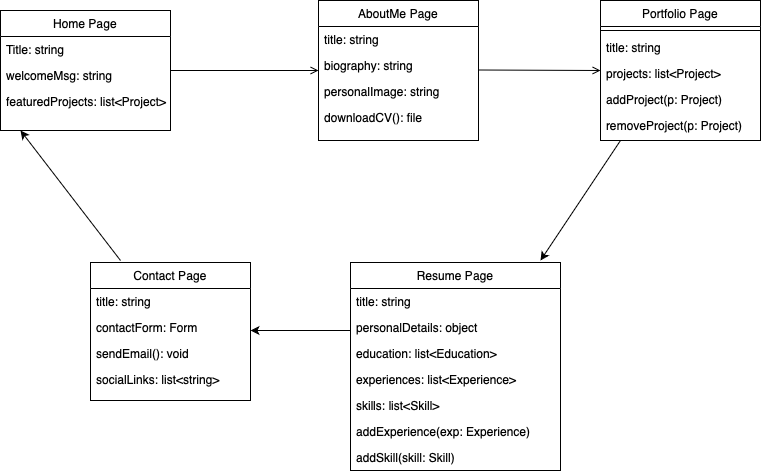
Above: Class Diagram.png in Johnnylee105/Web-pages-about-me (draw.io), before the change. Source tidied: cells renumbered, new cells last; positions are measured from the earlier drawing's top-left corner, leaving out a move shared by most shapes.
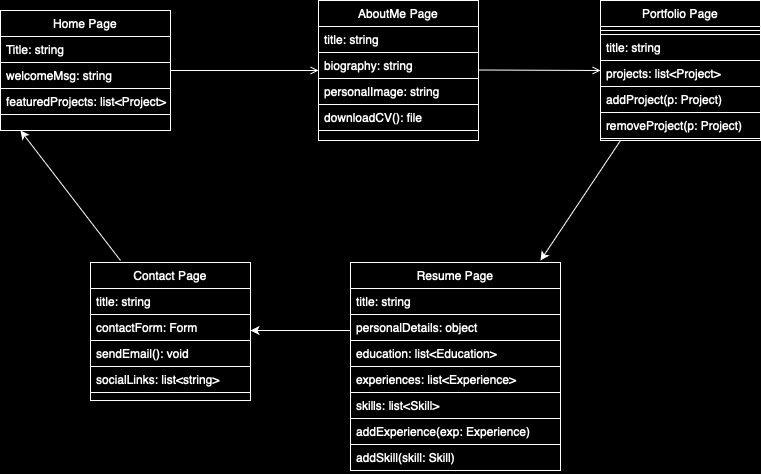
The same diagram one commit later.

Commit message:
Change the background color of the Class Diagram

The edit, as a diff of the source:
```diff
@@ -1,116 +1,116 @@
-<mxGraphModel>
+<mxGraphModel background="#000000">
   <root>
     <mxCell id="0" />
     <mxCell id="1" parent="0" />
-    <mxCell id="2" value="Home Page" style="swimlane;fontStyle=0;align=center;verticalAlign=top;horizontal=1;startSize=26;rounded=0;shadow=0;strokeWidth=1;" parent="1" vertex="1">
+    <mxCell id="2" value="Home Page" style="swimlane;fontStyle=0;align=center;verticalAlign=top;horizontal=1;startSize=26;rounded=0;shadow=0;strokeWidth=1;fontColor=#FFFFFF;strokeColor=#FFFFFF;fillColor=#000000;" parent="1" vertex="1">
       <mxGeometry y="10" width="170" height="120" as="geometry" />
     </mxCell>
-    <mxCell id="3" value="Title: string" style="text;align=left;verticalAlign=top;spacingLeft=4;spacingRight=4;overflow=hidden;" parent="2" vertex="1">
+    <mxCell id="3" value="Title: string" style="text;align=left;verticalAlign=top;spacingLeft=4;spacingRight=4;overflow=hidden;fontColor=#FFFFFF;strokeColor=#FFFFFF;" parent="2" vertex="1">
       <mxGeometry y="26" width="170" height="26" as="geometry" />
     </mxCell>
-    <mxCell id="4" value="welcomeMsg: string" style="text;align=left;verticalAlign=top;spacingLeft=4;spacingRight=4;overflow=hidden;rounded=0;shadow=0;html=0;" parent="2" vertex="1">
+    <mxCell id="4" value="welcomeMsg: string" style="text;align=left;verticalAlign=top;spacingLeft=4;spacingRight=4;overflow=hidden;rounded=0;shadow=0;html=0;fontColor=#FFFFFF;strokeColor=#FFFFFF;" parent="2" vertex="1">
       <mxGeometry y="52" width="170" height="26" as="geometry" />
     </mxCell>
-    <mxCell id="5" value="featuredProjects: list&lt;Project&gt;" style="text;align=left;verticalAlign=top;spacingLeft=4;spacingRight=4;overflow=hidden;rounded=0;shadow=0;html=0;" parent="2" vertex="1">
+    <mxCell id="5" value="featuredProjects: list&lt;Project&gt;" style="text;align=left;verticalAlign=top;spacingLeft=4;spacingRight=4;overflow=hidden;rounded=0;shadow=0;html=0;fontColor=#FFFFFF;strokeColor=#FFFFFF;" parent="2" vertex="1">
       <mxGeometry y="78" width="170" height="26" as="geometry" />
     </mxCell>
-    <mxCell id="6" value="Contact Page" style="swimlane;fontStyle=0;align=center;verticalAlign=top;horizontal=1;startSize=26;rounded=0;shadow=0;strokeWidth=1;" parent="1" vertex="1">
+    <mxCell id="6" value="Contact Page" style="swimlane;fontStyle=0;align=center;verticalAlign=top;horizontal=1;startSize=26;rounded=0;shadow=0;strokeWidth=1;fontColor=#FFFFFF;strokeColor=#FFFFFF;fillColor=#000000;" parent="1" vertex="1">
       <mxGeometry x="90" y="262" width="160" height="138" as="geometry" />
     </mxCell>
-    <mxCell id="7" value="title: string" style="text;align=left;verticalAlign=top;spacingLeft=4;spacingRight=4;overflow=hidden;" parent="6" vertex="1">
+    <mxCell id="7" value="title: string" style="text;align=left;verticalAlign=top;spacingLeft=4;spacingRight=4;overflow=hidden;fontColor=#FFFFFF;strokeColor=#FFFFFF;" parent="6" vertex="1">
       <mxGeometry y="26" width="160" height="26" as="geometry" />
     </mxCell>
-    <mxCell id="8" value="contactForm: Form" style="text;align=left;verticalAlign=top;spacingLeft=4;spacingRight=4;overflow=hidden;rounded=0;shadow=0;html=0;" parent="6" vertex="1">
+    <mxCell id="8" value="contactForm: Form" style="text;align=left;verticalAlign=top;spacingLeft=4;spacingRight=4;overflow=hidden;rounded=0;shadow=0;html=0;fontColor=#FFFFFF;strokeColor=#FFFFFF;" parent="6" vertex="1">
       <mxGeometry y="52" width="160" height="26" as="geometry" />
     </mxCell>
-    <mxCell id="9" value="sendEmail(): void" style="text;align=left;verticalAlign=top;spacingLeft=4;spacingRight=4;overflow=hidden;fontStyle=0;" parent="6" vertex="1">
+    <mxCell id="9" value="sendEmail(): void" style="text;align=left;verticalAlign=top;spacingLeft=4;spacingRight=4;overflow=hidden;fontStyle=0;fontColor=#FFFFFF;strokeColor=#FFFFFF;" parent="6" vertex="1">
       <mxGeometry y="78" width="160" height="26" as="geometry" />
     </mxCell>
-    <mxCell id="10" value="socialLinks: list&lt;string&gt;" style="text;align=left;verticalAlign=top;spacingLeft=4;spacingRight=4;overflow=hidden;" parent="6" vertex="1">
+    <mxCell id="10" value="socialLinks: list&lt;string&gt;" style="text;align=left;verticalAlign=top;spacingLeft=4;spacingRight=4;overflow=hidden;fontColor=#FFFFFF;strokeColor=#FFFFFF;" parent="6" vertex="1">
       <mxGeometry y="104" width="160" height="26" as="geometry" />
     </mxCell>
-    <mxCell id="11" value="Portfolio Page" style="swimlane;fontStyle=0;align=center;verticalAlign=top;horizontal=1;startSize=26;rounded=0;shadow=0;strokeWidth=1;" parent="1" vertex="1">
+    <mxCell id="11" value="Portfolio Page" style="swimlane;fontStyle=0;align=center;verticalAlign=top;horizontal=1;startSize=26;rounded=0;shadow=0;strokeWidth=1;fontColor=#ffffff;labelBackgroundColor=#000000;fillColor=#000000;strokeColor=#FFFFFF;" parent="1" vertex="1">
       <mxGeometry x="600" width="160" height="140" as="geometry" />
     </mxCell>
-    <mxCell id="12" style="line;html=1;strokeWidth=1;align=left;verticalAlign=middle;spacingTop=-1;spacingLeft=3;spacingRight=3;labelPosition=right;" parent="11" vertex="1">
+    <mxCell id="12" style="line;html=1;strokeWidth=1;align=left;verticalAlign=middle;spacingTop=-1;spacingLeft=3;spacingRight=3;labelPosition=right;fontColor=#FFFFFF;strokeColor=#FFFFFF;" parent="11" vertex="1">
       <mxGeometry y="26" width="160" height="8" as="geometry" />
     </mxCell>
-    <mxCell id="13" value="title: string&#10;&#10;&#10;" style="text;align=left;verticalAlign=top;spacingLeft=4;spacingRight=4;overflow=hidden;" parent="11" vertex="1">
+    <mxCell id="13" value="title: string&#10;&#10;&#10;" style="text;align=left;verticalAlign=top;spacingLeft=4;spacingRight=4;overflow=hidden;fontColor=#FFFFFF;strokeColor=#FFFFFF;" parent="11" vertex="1">
       <mxGeometry y="34" width="160" height="26" as="geometry" />
     </mxCell>
-    <mxCell id="14" value="projects: list&lt;Project&gt;&#10;" style="text;align=left;verticalAlign=top;spacingLeft=4;spacingRight=4;overflow=hidden;" parent="11" vertex="1">
+    <mxCell id="14" value="projects: list&lt;Project&gt;&#10;" style="text;align=left;verticalAlign=top;spacingLeft=4;spacingRight=4;overflow=hidden;fontColor=#FFFFFF;strokeColor=#FFFFFF;" parent="11" vertex="1">
       <mxGeometry y="60" width="160" height="26" as="geometry" />
     </mxCell>
-    <mxCell id="15" value="addProject(p: Project)&#10;" style="text;align=left;verticalAlign=top;spacingLeft=4;spacingRight=4;overflow=hidden;" parent="11" vertex="1">
+    <mxCell id="15" value="addProject(p: Project)&#10;" style="text;align=left;verticalAlign=top;spacingLeft=4;spacingRight=4;overflow=hidden;fontColor=#FFFFFF;strokeColor=#FFFFFF;" parent="11" vertex="1">
       <mxGeometry y="86" width="160" height="26" as="geometry" />
     </mxCell>
-    <mxCell id="16" value="removeProject(p: Project)&#10;" style="text;align=left;verticalAlign=top;spacingLeft=4;spacingRight=4;overflow=hidden;" parent="11" vertex="1">
+    <mxCell id="16" value="removeProject(p: Project)&#10;" style="text;align=left;verticalAlign=top;spacingLeft=4;spacingRight=4;overflow=hidden;fontColor=#FFFFFF;strokeColor=#FFFFFF;" parent="11" vertex="1">
       <mxGeometry y="112" width="160" height="26" as="geometry" />
     </mxCell>
-    <mxCell id="17" value="AboutMe Page" style="swimlane;fontStyle=0;align=center;verticalAlign=top;horizontal=1;startSize=26;rounded=0;shadow=0;strokeWidth=1;" parent="1" vertex="1">
+    <mxCell id="17" value="AboutMe Page" style="swimlane;fontStyle=0;align=center;verticalAlign=top;horizontal=1;startSize=26;rounded=0;shadow=0;strokeWidth=1;fontColor=#FFFFFF;strokeColor=#FFFFFF;fillColor=#000000;" parent="1" vertex="1">
       <mxGeometry x="318" width="160" height="140" as="geometry" />
     </mxCell>
-    <mxCell id="18" value="title: string" style="text;align=left;verticalAlign=top;spacingLeft=4;spacingRight=4;overflow=hidden;" parent="17" vertex="1">
+    <mxCell id="18" value="title: string" style="text;align=left;verticalAlign=top;spacingLeft=4;spacingRight=4;overflow=hidden;fontColor=#FFFFFF;strokeColor=#FFFFFF;" parent="17" vertex="1">
       <mxGeometry y="26" width="160" height="26" as="geometry" />
     </mxCell>
-    <mxCell id="19" value="biography: string" style="text;align=left;verticalAlign=top;spacingLeft=4;spacingRight=4;overflow=hidden;rounded=0;shadow=0;html=0;" parent="17" vertex="1">
+    <mxCell id="19" value="biography: string" style="text;align=left;verticalAlign=top;spacingLeft=4;spacingRight=4;overflow=hidden;rounded=0;shadow=0;html=0;fontColor=#FFFFFF;strokeColor=#FFFFFF;" parent="17" vertex="1">
       <mxGeometry y="52" width="160" height="26" as="geometry" />
     </mxCell>
-    <mxCell id="20" value="personalImage: string" style="text;align=left;verticalAlign=top;spacingLeft=4;spacingRight=4;overflow=hidden;rounded=0;shadow=0;html=0;" parent="17" vertex="1">
+    <mxCell id="20" value="personalImage: string" style="text;align=left;verticalAlign=top;spacingLeft=4;spacingRight=4;overflow=hidden;rounded=0;shadow=0;html=0;fontColor=#FFFFFF;strokeColor=#FFFFFF;" parent="17" vertex="1">
       <mxGeometry y="78" width="160" height="26" as="geometry" />
     </mxCell>
-    <mxCell id="21" value="downloadCV(): file" style="text;align=left;verticalAlign=top;spacingLeft=4;spacingRight=4;overflow=hidden;rounded=0;shadow=0;html=0;" parent="17" vertex="1">
+    <mxCell id="21" value="downloadCV(): file" style="text;align=left;verticalAlign=top;spacingLeft=4;spacingRight=4;overflow=hidden;rounded=0;shadow=0;html=0;fontColor=#FFFFFF;strokeColor=#FFFFFF;" parent="17" vertex="1">
       <mxGeometry y="104" width="160" height="26" as="geometry" />
     </mxCell>
-    <mxCell id="22" style="endArrow=open;shadow=0;strokeWidth=1;rounded=0;curved=0;endFill=1;edgeStyle=elbowEdgeStyle;elbow=vertical;" parent="1" edge="1" source="2" target="17">
+    <mxCell id="22" style="endArrow=open;shadow=0;strokeWidth=1;rounded=0;curved=0;endFill=1;edgeStyle=elbowEdgeStyle;elbow=vertical;fontColor=#FFFFFF;strokeColor=#FFFFFF;" parent="1" edge="1" source="2" target="17">
       <mxGeometry x="0.5" y="41" relative="1" as="geometry">
         <mxPoint x="-40" y="32" as="offset" />
       </mxGeometry>
     </mxCell>
-    <mxCell id="23" style="endArrow=open;shadow=0;strokeWidth=1;rounded=0;curved=0;endFill=1;edgeStyle=elbowEdgeStyle;elbow=vertical;" parent="1" edge="1">
+    <mxCell id="23" style="endArrow=open;shadow=0;strokeWidth=1;rounded=0;curved=0;endFill=1;edgeStyle=elbowEdgeStyle;elbow=vertical;fontColor=#FFFFFF;strokeColor=#FFFFFF;" parent="1" edge="1">
       <mxGeometry x="0.5" y="41" relative="1" as="geometry">
         <mxPoint x="478" y="69.5" as="sourcePoint" />
         <mxPoint x="600" y="70" as="targetPoint" />
         <mxPoint x="-40" y="32" as="offset" />
       </mxGeometry>
     </mxCell>
-    <mxCell id="24" style="endArrow=classic;html=1;rounded=0;" parent="1" edge="1">
+    <mxCell id="24" style="endArrow=classic;html=1;rounded=0;fontColor=#FFFFFF;strokeColor=#FFFFFF;" parent="1" edge="1">
       <mxGeometry relative="1" as="geometry">
         <mxPoint x="620" y="140" as="sourcePoint" />
         <mxPoint x="540" y="260" as="targetPoint" />
       </mxGeometry>
     </mxCell>
-    <mxCell id="25" value="Resume Page" style="swimlane;fontStyle=0;align=center;verticalAlign=top;horizontal=1;startSize=26;rounded=0;shadow=0;strokeWidth=1;" parent="1" vertex="1">
+    <mxCell id="25" value="Resume Page" style="swimlane;fontStyle=0;align=center;verticalAlign=top;horizontal=1;startSize=26;rounded=0;shadow=0;strokeWidth=1;fontColor=#FFFFFF;strokeColor=#FFFFFF;fillColor=#000000;" parent="1" vertex="1">
       <mxGeometry x="350" y="262" width="210" height="208" as="geometry" />
     </mxCell>
-    <mxCell id="26" value="title: string" style="text;align=left;verticalAlign=top;spacingLeft=4;spacingRight=4;overflow=hidden;" parent="25" vertex="1">
+    <mxCell id="26" value="title: string" style="text;align=left;verticalAlign=top;spacingLeft=4;spacingRight=4;overflow=hidden;fontColor=#FFFFFF;strokeColor=#FFFFFF;" parent="25" vertex="1">
       <mxGeometry y="26" width="210" height="26" as="geometry" />
     </mxCell>
-    <mxCell id="27" value="personalDetails: object" style="text;align=left;verticalAlign=top;spacingLeft=4;spacingRight=4;overflow=hidden;rounded=0;shadow=0;html=0;" parent="25" vertex="1">
+    <mxCell id="27" value="personalDetails: object" style="text;align=left;verticalAlign=top;spacingLeft=4;spacingRight=4;overflow=hidden;rounded=0;shadow=0;html=0;fontColor=#FFFFFF;strokeColor=#FFFFFF;" parent="25" vertex="1">
       <mxGeometry y="52" width="210" height="26" as="geometry" />
     </mxCell>
-    <mxCell id="28" value="education: list&lt;Education&gt;" style="text;align=left;verticalAlign=top;spacingLeft=4;spacingRight=4;overflow=hidden;rounded=0;shadow=0;html=0;" parent="25" vertex="1">
+    <mxCell id="28" value="education: list&lt;Education&gt;" style="text;align=left;verticalAlign=top;spacingLeft=4;spacingRight=4;overflow=hidden;rounded=0;shadow=0;html=0;fontColor=#FFFFFF;strokeColor=#FFFFFF;" parent="25" vertex="1">
       <mxGeometry y="78" width="210" height="26" as="geometry" />
     </mxCell>
-    <mxCell id="29" value="experiences: list&lt;Experience&gt;" style="text;align=left;verticalAlign=top;spacingLeft=4;spacingRight=4;overflow=hidden;rounded=0;shadow=0;html=0;" parent="25" vertex="1">
+    <mxCell id="29" value="experiences: list&lt;Experience&gt;" style="text;align=left;verticalAlign=top;spacingLeft=4;spacingRight=4;overflow=hidden;rounded=0;shadow=0;html=0;fontColor=#FFFFFF;strokeColor=#FFFFFF;" parent="25" vertex="1">
       <mxGeometry y="104" width="210" height="26" as="geometry" />
     </mxCell>
-    <mxCell id="30" value="skills: list&lt;Skill&gt;" style="text;align=left;verticalAlign=top;spacingLeft=4;spacingRight=4;overflow=hidden;rounded=0;shadow=0;html=0;" parent="25" vertex="1">
+    <mxCell id="30" value="skills: list&lt;Skill&gt;" style="text;align=left;verticalAlign=top;spacingLeft=4;spacingRight=4;overflow=hidden;rounded=0;shadow=0;html=0;fontColor=#FFFFFF;strokeColor=#FFFFFF;" parent="25" vertex="1">
       <mxGeometry y="130" width="210" height="26" as="geometry" />
     </mxCell>
-    <mxCell id="31" value="addExperience(exp: Experience)" style="text;align=left;verticalAlign=top;spacingLeft=4;spacingRight=4;overflow=hidden;rounded=0;shadow=0;html=0;" parent="25" vertex="1">
+    <mxCell id="31" value="addExperience(exp: Experience)" style="text;align=left;verticalAlign=top;spacingLeft=4;spacingRight=4;overflow=hidden;rounded=0;shadow=0;html=0;fontColor=#FFFFFF;strokeColor=#FFFFFF;" parent="25" vertex="1">
       <mxGeometry y="156" width="210" height="26" as="geometry" />
     </mxCell>
-    <mxCell id="32" value="addSkill(skill: Skill)" style="text;align=left;verticalAlign=top;spacingLeft=4;spacingRight=4;overflow=hidden;rounded=0;shadow=0;html=0;" parent="25" vertex="1">
+    <mxCell id="32" value="addSkill(skill: Skill)" style="text;align=left;verticalAlign=top;spacingLeft=4;spacingRight=4;overflow=hidden;rounded=0;shadow=0;html=0;fontColor=#FFFFFF;strokeColor=#FFFFFF;" parent="25" vertex="1">
       <mxGeometry y="182" width="210" height="26" as="geometry" />
     </mxCell>
-    <mxCell id="33" style="endArrow=classic;html=1;rounded=0;" parent="1" edge="1">
+    <mxCell id="33" style="endArrow=classic;html=1;rounded=0;fontColor=#FFFFFF;strokeColor=#FFFFFF;" parent="1" edge="1">
       <mxGeometry relative="1" as="geometry">
         <mxPoint x="350" y="330" as="sourcePoint" />
         <mxPoint x="250" y="330" as="targetPoint" />
       </mxGeometry>
     </mxCell>
-    <mxCell id="34" style="endArrow=classic;html=1;rounded=0;" parent="1" edge="1">
+    <mxCell id="34" style="endArrow=classic;html=1;rounded=0;fontColor=#FFFFFF;strokeColor=#FFFFFF;" parent="1" edge="1">
       <mxGeometry relative="1" as="geometry">
         <mxPoint x="120" y="260" as="sourcePoint" />
         <mxPoint x="20" y="130" as="targetPoint" />
```
